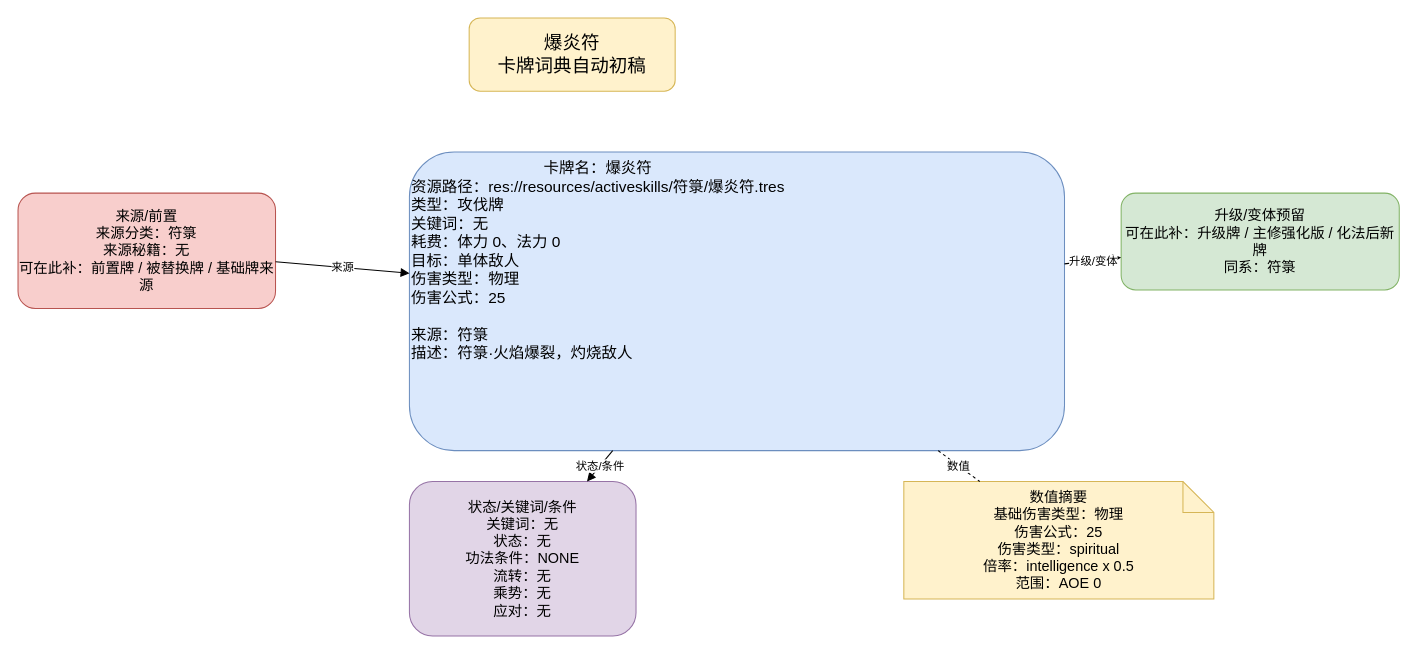
This is docs/卡牌词典/符箓/爆炎符.drawio from ankundanetracyc-spec/tian-guan-you-du, a draw.io file, before an edit. Source tidied: cells renumbered, new cells numbered last; positions are measured from the earlier drawing's top-left corner, leaving out a move shared by most shapes. Both pictures are drawn from the tidied source at 103%, with x=0, y=0 at pixel (18, 18).
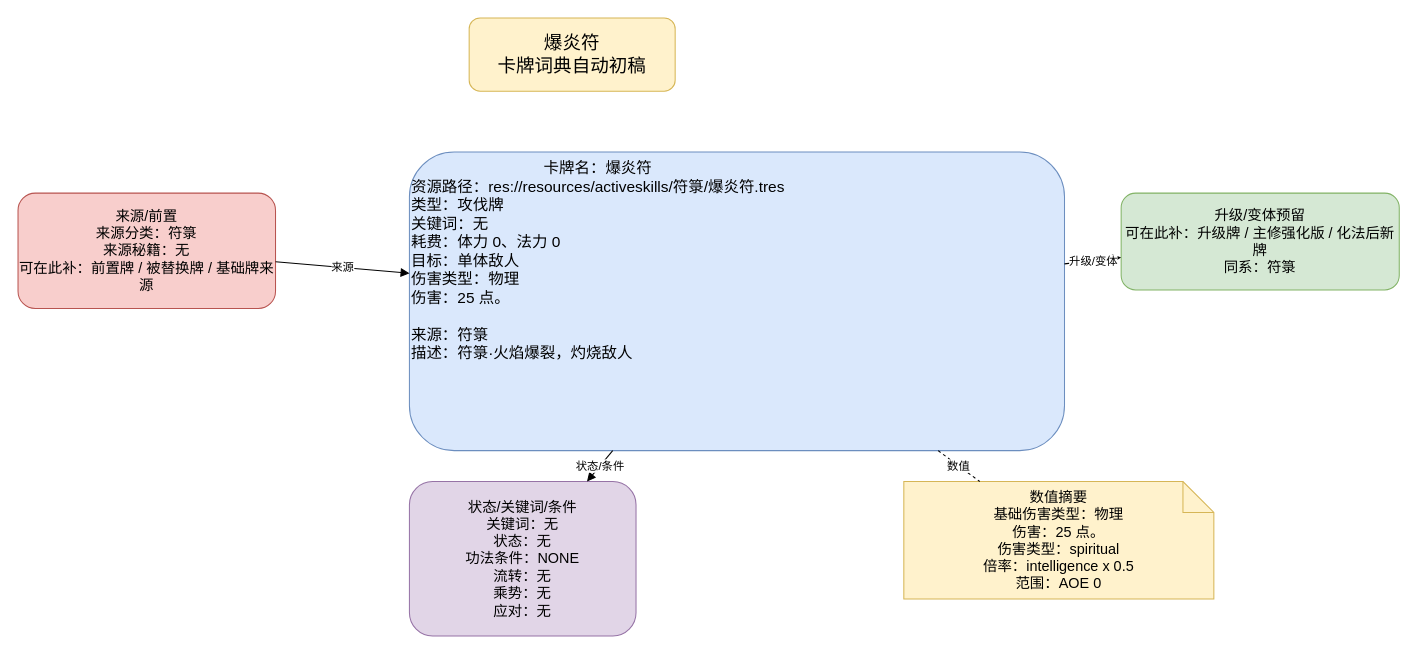
After the change.

The edit, as a diff of the source:
```diff
@@
 <mxGraphModel>
   <root>
     <mxCell id="0" />
     <mxCell id="1" parent="0" />
     <mxCell id="2" value="爆炎符&#10;卡牌词典自动初稿" style="rounded=1;whiteSpace=wrap;html=1;fillColor=#fff2cc;strokeColor=#d6b656;fontSize=18;" parent="1" vertex="1">
       <mxGeometry x="438" width="200" height="71" as="geometry" />
     </mxCell>
-    <mxCell id="3" value="&lt;div style=&quot;text-align:center;&quot;&gt;卡牌名：爆炎符&lt;/div&gt;&lt;div style=&quot;text-align:left;&quot;&gt;资源路径：res://resources/activeskills/符箓/爆炎符.tres&lt;br&gt;类型：攻伐牌&lt;br&gt;关键词：无&lt;br&gt;耗费：体力 0、法力 0&lt;br&gt;目标：单体敌人&lt;br&gt;伤害类型：物理&lt;br&gt;伤害公式：25&lt;/div&gt;&lt;br&gt;来源：符箓&lt;br&gt;描述：符箓·火焰爆裂，灼烧敌人" style="rounded=1;whiteSpace=wrap;html=1;fillColor=#dae8fc;strokeColor=#6c8ebf;fontSize=15;align=left;verticalAlign=top;" parent="1" vertex="1">
+    <mxCell id="3" value="&lt;div style=&quot;text-align:center;&quot;&gt;卡牌名：爆炎符&lt;/div&gt;&lt;div style=&quot;text-align:left;&quot;&gt;资源路径：res://resources/activeskills/符箓/爆炎符.tres&lt;br&gt;类型：攻伐牌&lt;br&gt;关键词：无&lt;br&gt;耗费：体力 0、法力 0&lt;br&gt;目标：单体敌人&lt;br&gt;伤害类型：物理&lt;br&gt;伤害：25 点。&lt;/div&gt;&lt;br&gt;来源：符箓&lt;br&gt;描述：符箓·火焰爆裂，灼烧敌人" style="rounded=1;whiteSpace=wrap;html=1;fillColor=#dae8fc;strokeColor=#6c8ebf;fontSize=15;align=left;verticalAlign=top;" parent="1" vertex="1">
       <mxGeometry x="380" y="130" width="636" height="290" as="geometry" />
     </mxCell>
     <mxCell id="4" value="来源/前置&#10;来源分类：符箓&#10;来源秘籍：无&#10;可在此补：前置牌 / 被替换牌 / 基础牌来源" style="rounded=1;whiteSpace=wrap;html=1;fillColor=#f8cecc;strokeColor=#b85450;fontSize=14;" parent="1" vertex="1">
       <mxGeometry y="170" width="250" height="112" as="geometry" />
     </mxCell>
     <mxCell id="5" value="升级/变体预留&#10;可在此补：升级牌 / 主修强化版 / 化法后新牌&#10;同系：符箓" style="rounded=1;whiteSpace=wrap;html=1;fillColor=#d5e8d4;strokeColor=#82b366;fontSize=14;" parent="1" vertex="1">
       <mxGeometry x="1071" y="170" width="270" height="94" as="geometry" />
     </mxCell>
     <mxCell id="6" value="状态/关键词/条件&#10;关键词：无&#10;状态：无&#10;功法条件：NONE&#10;流转：无&#10;乘势：无&#10;应对：无" style="rounded=1;whiteSpace=wrap;html=1;fillColor=#e1d5e7;strokeColor=#9673a6;fontSize=14;" parent="1" vertex="1">
       <mxGeometry x="380" y="450" width="220" height="150" as="geometry" />
     </mxCell>
-    <mxCell id="7" value="数值摘要&lt;br&gt;基础伤害类型：物理&lt;br&gt;伤害公式：25&lt;br&gt;伤害类型：spiritual&lt;br&gt;倍率：intelligence x 0.5&lt;br&gt;范围：AOE 0" style="shape=note;whiteSpace=wrap;html=1;fillColor=#fff2cc;strokeColor=#d6b656;fontSize=14;" parent="1" vertex="1">
+    <mxCell id="7" value="数值摘要&lt;br&gt;基础伤害类型：物理&lt;br&gt;伤害：25 点。&lt;br&gt;伤害类型：spiritual&lt;br&gt;倍率：intelligence x 0.5&lt;br&gt;范围：AOE 0" style="shape=note;whiteSpace=wrap;html=1;fillColor=#fff2cc;strokeColor=#d6b656;fontSize=14;" parent="1" vertex="1">
       <mxGeometry x="860" y="450" width="301" height="114" as="geometry" />
     </mxCell>
     <mxCell id="8" value="来源" style="endArrow=block;html=1;rounded=0;" parent="1" edge="1" source="4" target="3">
       <mxGeometry relative="1" as="geometry" />
     </mxCell>
     <mxCell id="9" value="升级/变体" style="endArrow=block;html=1;rounded=0;" parent="1" edge="1" source="3" target="5">
       <mxGeometry relative="1" as="geometry" />
     </mxCell>
     <mxCell id="10" value="状态/条件" style="endArrow=block;html=1;rounded=0;" parent="1" edge="1" source="3" target="6">
       <mxGeometry relative="1" as="geometry" />
     </mxCell>
     <mxCell id="11" value="数值" style="endArrow=none;dashed=1;html=1;" parent="1" edge="1" source="3" target="7">
       <mxGeometry relative="1" as="geometry" />
     </mxCell>
   </root>
 </mxGraphModel>
```
